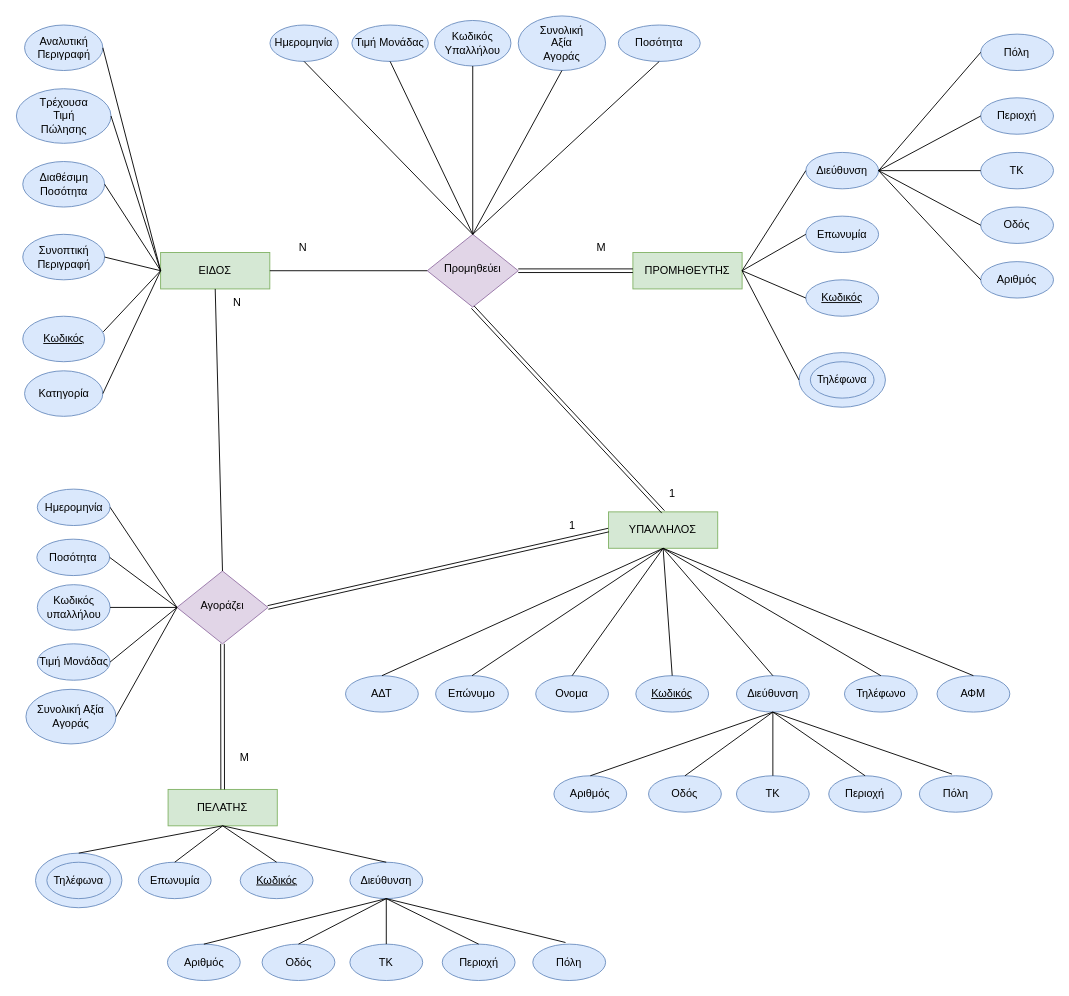
Above: ERDiagramFlowchart.drawio in Lazini/ERDiagram (draw.io), before the change. Source tidied: cells renumbered, new cells numbered last; positions are measured from the earlier drawing's top-left corner, leaving out a move shared by most shapes. Both pictures are drawn from the tidied source at 91%, with x=0, y=0 at pixel (15, 15).
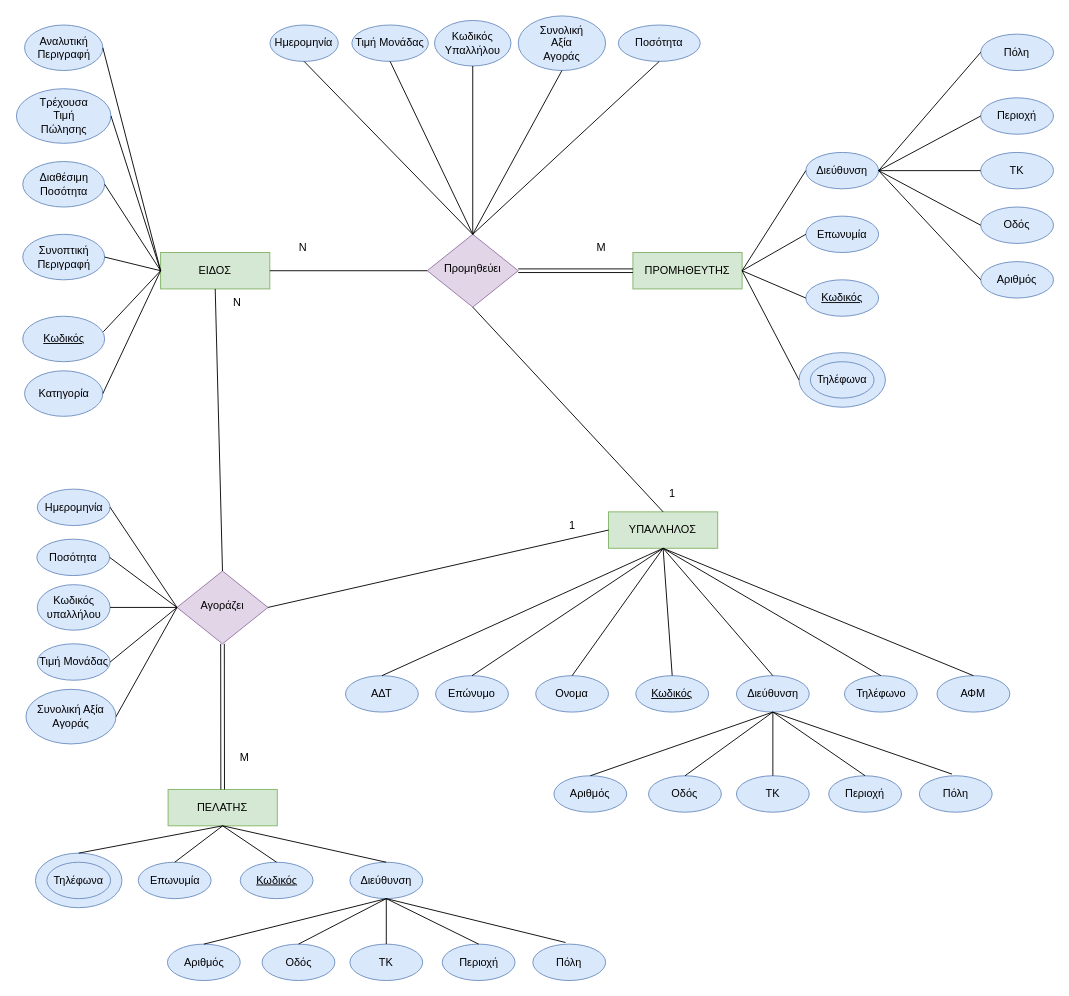
After the change.

Unchanged cells that the change refers to:
```xml
<mxCell id="5" value="&lt;div&gt;ΥΠΑΛΛΗΛΟΣ&lt;/div&gt;" style="rounded=0;whiteSpace=wrap;html=1;fontSize=12;glass=0;strokeWidth=1;shadow=0;fillColor=#d5e8d4;strokeColor=#82b366;" parent="1" vertex="1">
  <mxGeometry x="651.2" y="545" width="120" height="40" as="geometry" />
</mxCell>
<mxCell id="6" value="Προμηθεύει" style="rhombus;whiteSpace=wrap;html=1;shadow=0;fontFamily=Helvetica;fontSize=12;align=center;strokeWidth=1;spacing=6;spacingTop=-4;fillColor=#e1d5e7;strokeColor=#9673a6;" parent="1" vertex="1">
  <mxGeometry x="452" y="240" width="100" height="80" as="geometry" />
</mxCell>
<mxCell id="42" value="&lt;div&gt;Αγοράζει&lt;/div&gt;" style="rhombus;whiteSpace=wrap;html=1;shadow=0;fontFamily=Helvetica;fontSize=12;align=center;strokeWidth=1;spacing=6;spacingTop=-4;fillColor=#e1d5e7;strokeColor=#9673a6;" parent="1" vertex="1">
  <mxGeometry x="177" y="610" width="100" height="80" as="geometry" />
</mxCell>
```

Diff of the diagram source:
```diff
@@
-    <mxCell id="110" style="endArrow=none;html=1;rounded=0;entryX=0.5;entryY=1;entryDx=0;entryDy=0;exitX=0.5;exitY=0;exitDx=0;exitDy=0;shape=link;" parent="1" edge="1" source="5" target="6">
+    <mxCell id="110" style="endArrow=none;html=1;rounded=0;entryX=0.5;entryY=1;entryDx=0;entryDy=0;exitX=0.5;exitY=0;exitDx=0;exitDy=0;" parent="1" edge="1" source="5" target="6">
       <mxGeometry relative="1" as="geometry" />
     </mxCell>
-    <mxCell id="111" style="endArrow=none;html=1;rounded=0;exitX=1;exitY=0.5;exitDx=0;exitDy=0;entryX=0;entryY=0.5;entryDx=0;entryDy=0;shape=link;" parent="1" edge="1" source="42" target="5">
+    <mxCell id="111" style="endArrow=none;html=1;rounded=0;exitX=1;exitY=0.5;exitDx=0;exitDy=0;entryX=0;entryY=0.5;entryDx=0;entryDy=0;" parent="1" edge="1" source="42" target="5">
       <mxGeometry relative="1" as="geometry" />
     </mxCell>
```
